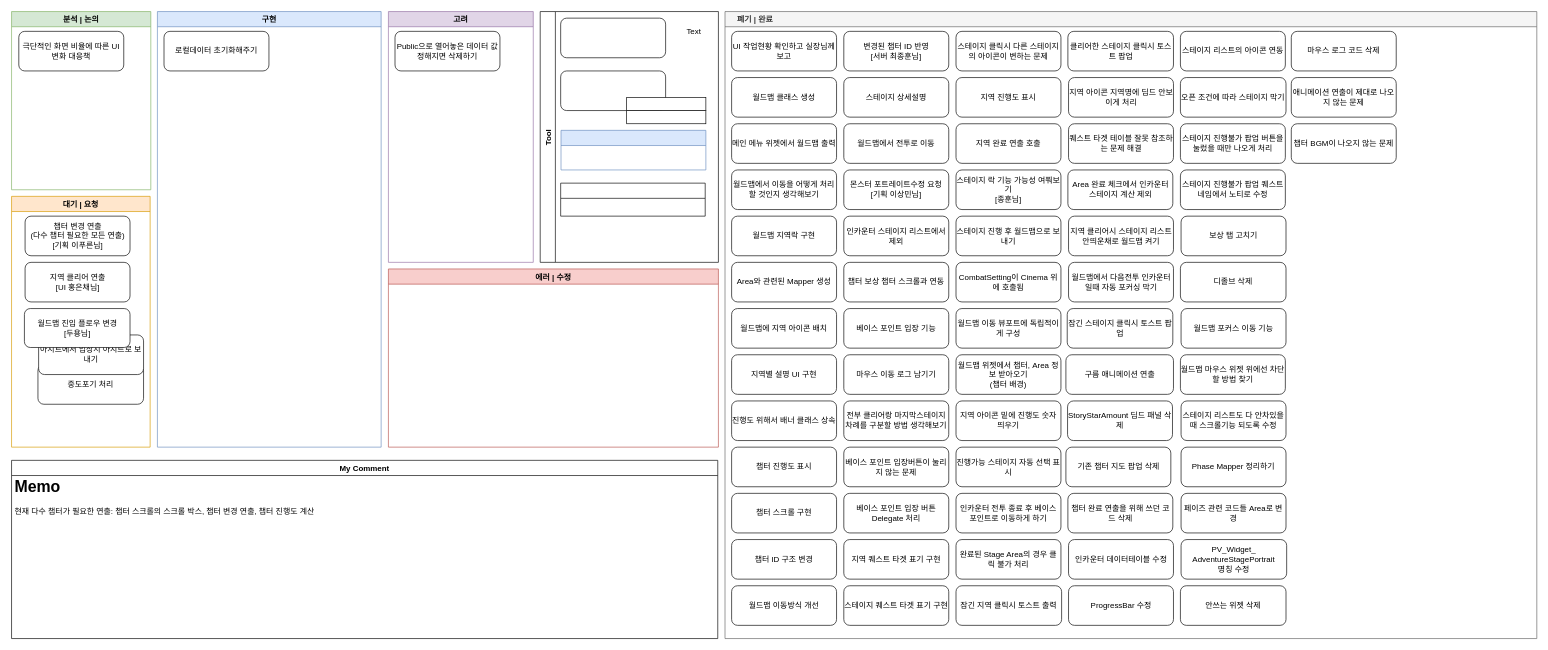
Earlier version of the draw.io diagram 월드맵 시스템 진행상황.drawio (Endorr/Job-Board). Source tidied: cells renumbered, new cells numbered last; positions are measured from the earlier drawing's top-left corner, leaving out a move shared by most shapes. Both pictures are drawn from the tidied source at 66%, with x=0, y=0 at pixel (11, 11).
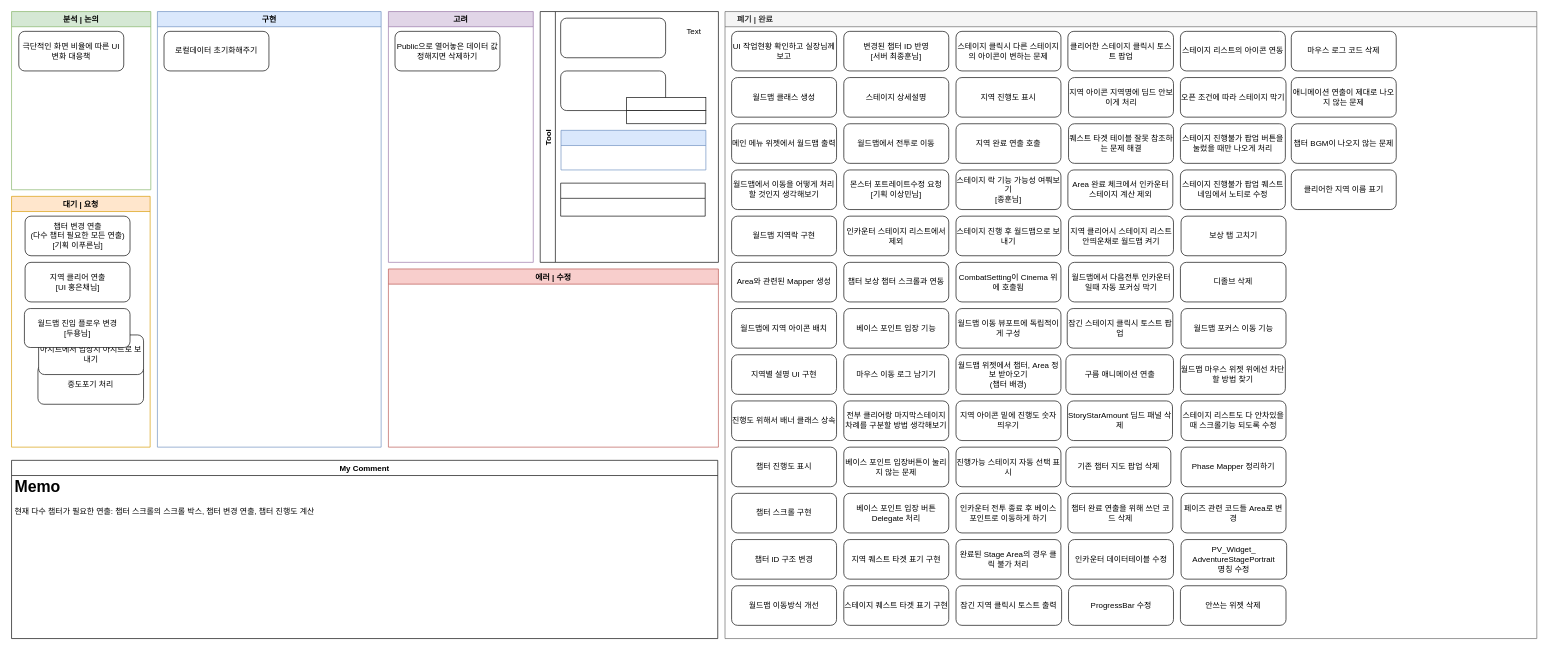
After the change.

Commit message:
Update 월드맵 시스템 진행상황.drawio

Unchanged cells that the change refers to:
```xml
<mxCell id="13" value="     폐기 | 완료" style="swimlane;strokeColor=#666666;fillColor=#f5f5f5;fontColor=#333333;align=left;" parent="1" vertex="1">
  <mxGeometry x="1081" width="1230" height="950" as="geometry" />
</mxCell>
```

Diff of the diagram source:
```diff
@@
+    <mxCell id="95" value="클리어한 지역 이름 표기" style="rounded=1;whiteSpace=wrap;html=1;" parent="13" vertex="1">
+      <mxGeometry x="858" y="240" width="159" height="60" as="geometry" />
+    </mxCell>
```
